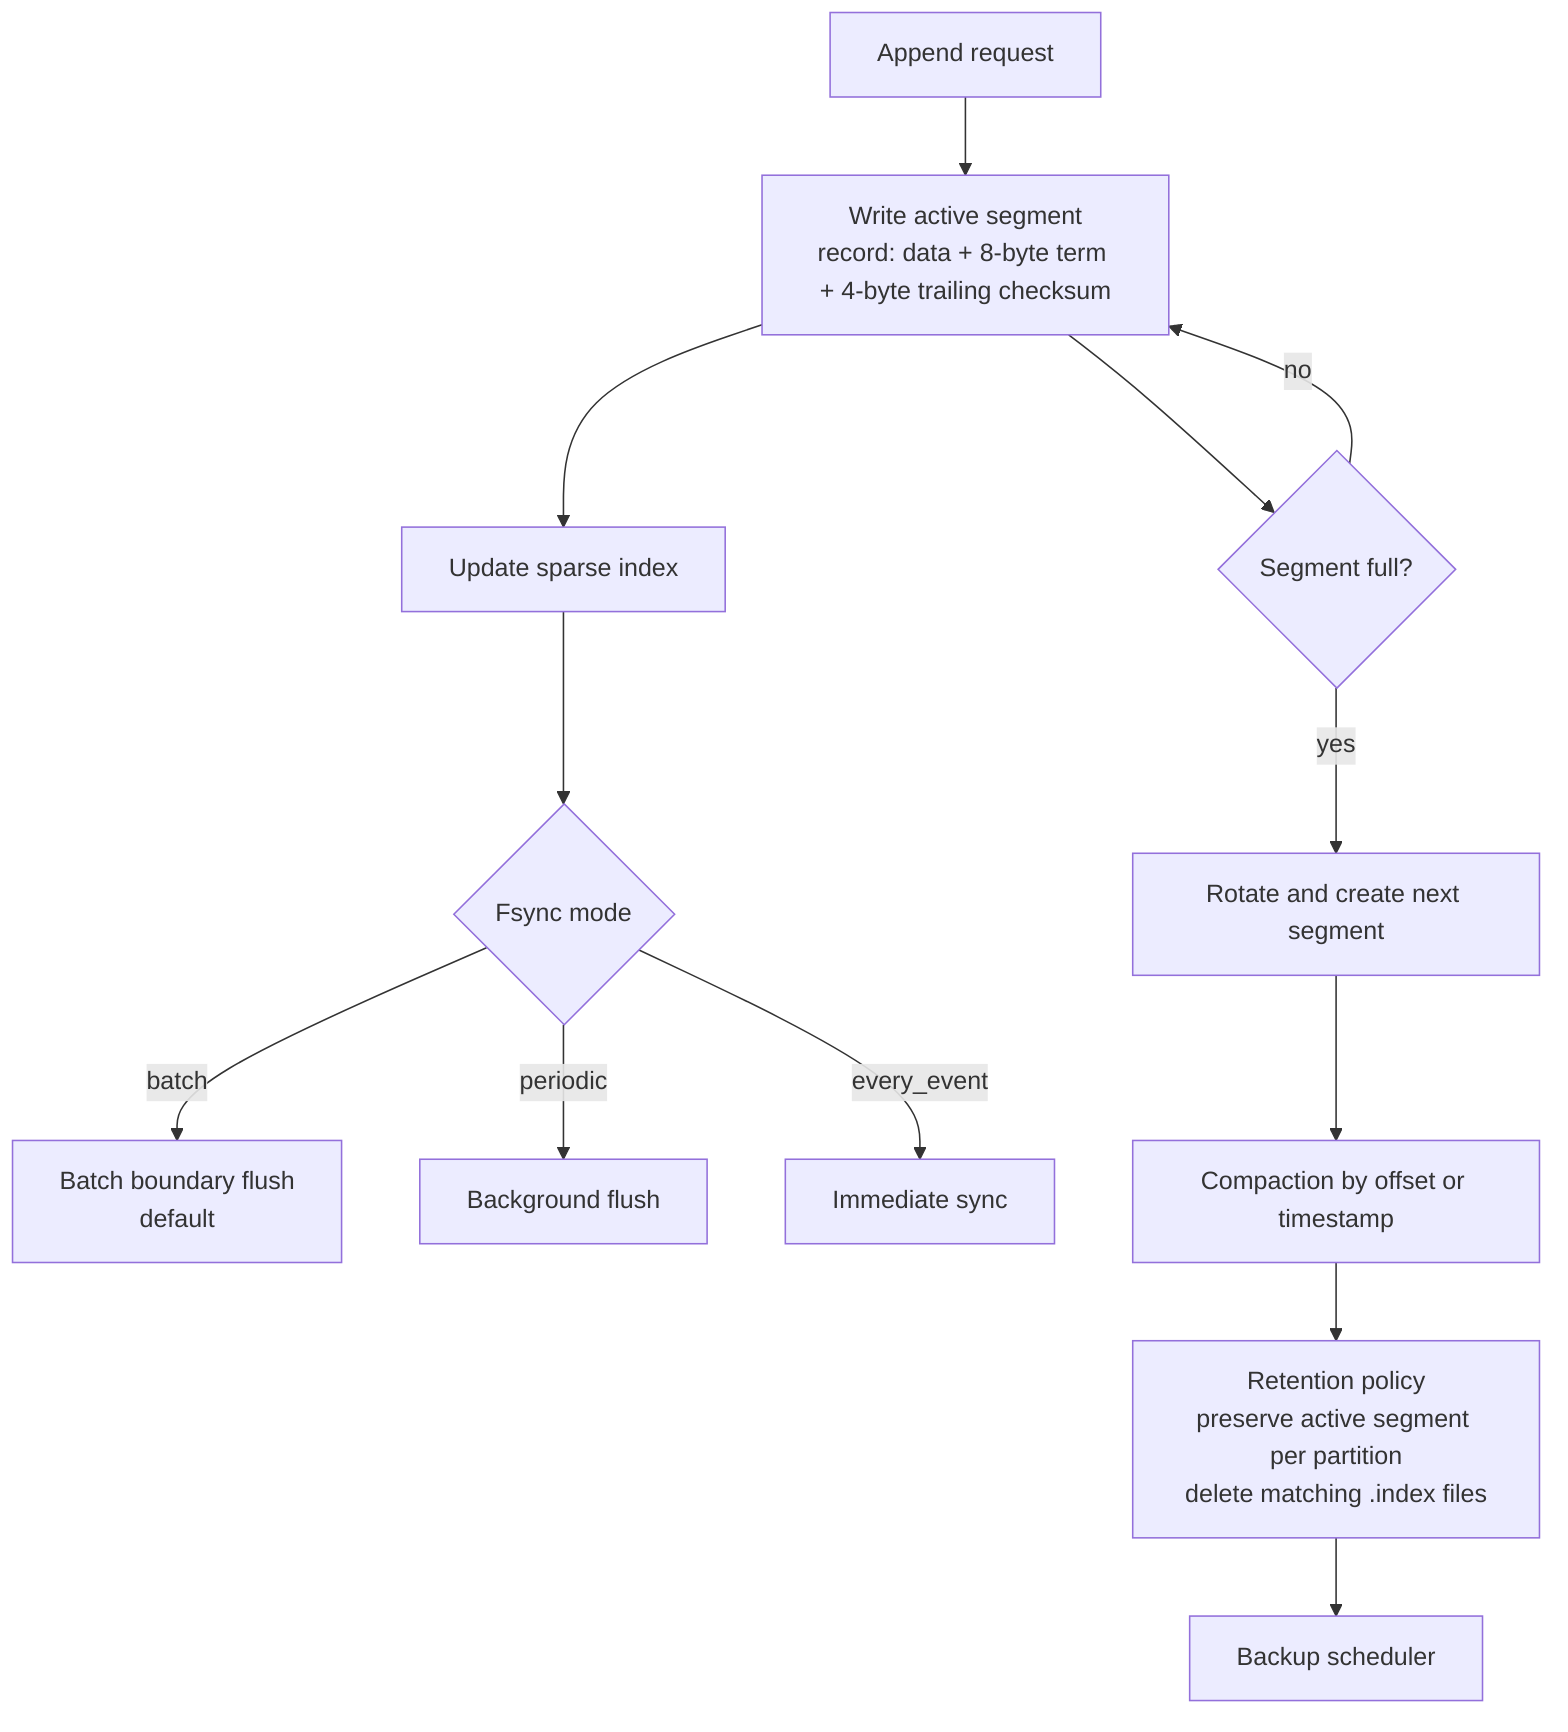
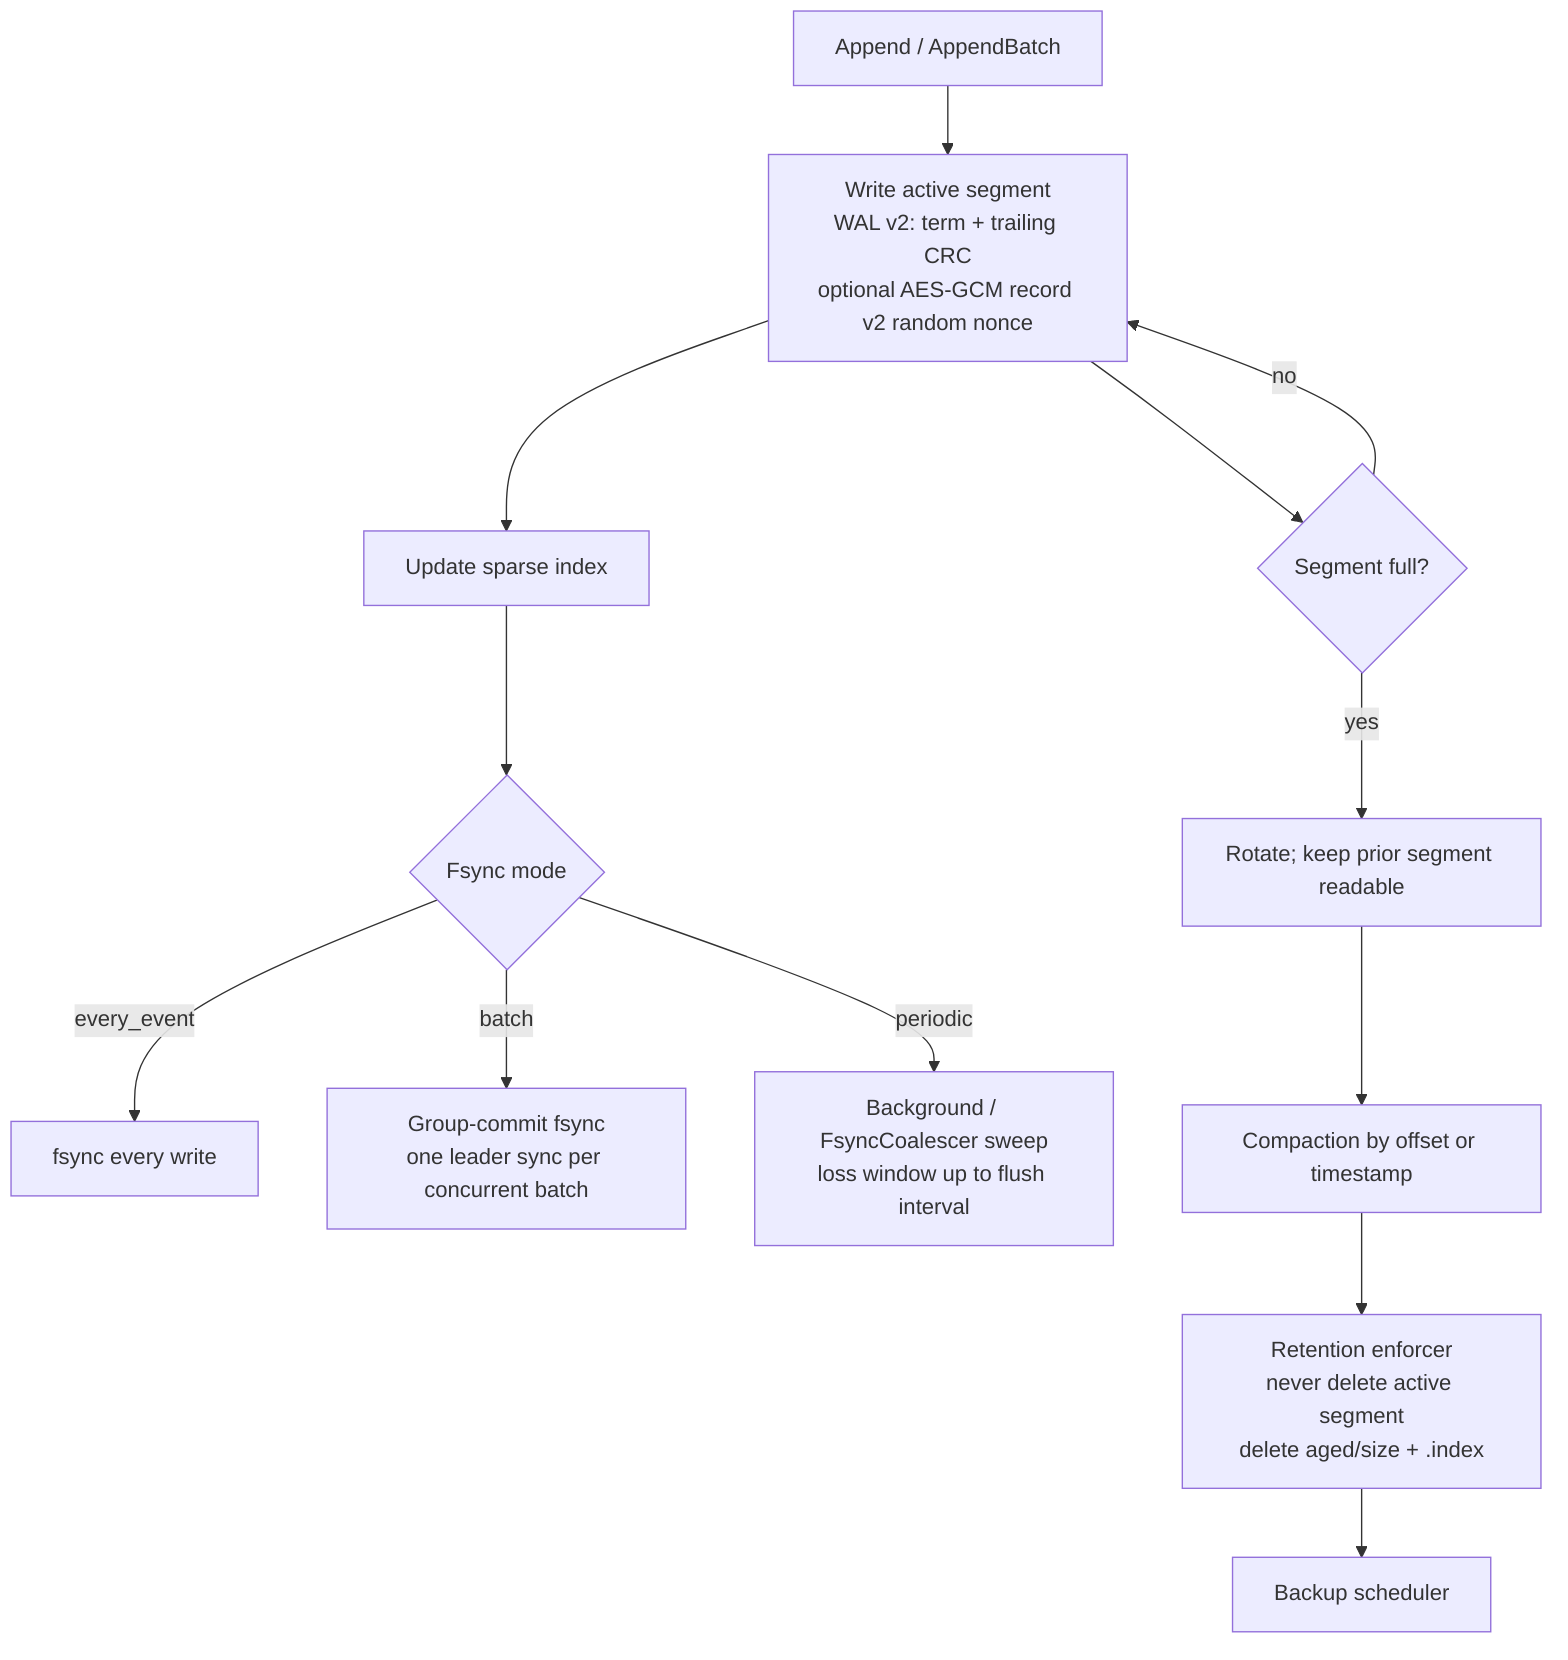
flowchart TB
-     Append[Append request] --> Active[Write active segment<br/>record: data + 8-byte term + 4-byte trailing checksum]
+     Append[Append / AppendBatch] --> Active[Write active segment<br/>WAL v2: term + trailing CRC<br/>optional AES-GCM record v2 random nonce]
    Active --> Index[Update sparse index]
    Index --> Flush{Fsync mode}
-     Flush -- batch --> BatchFlush[Batch boundary flush<br/>default]
-     Flush -- periodic --> TimerFlush[Background flush]
-     Flush -- every_event --> SyncNow[Immediate sync]
+     Flush -- every_event --> SyncNow[fsync every write]
+     Flush -- batch --> GroupCommit[Group-commit fsync<br/>one leader sync per concurrent batch]
+     Flush -- periodic --> Coalesce[Background / FsyncCoalescer sweep<br/>loss window up to flush interval]
    Active --> Rotate{Segment full?}
-     Rotate -- yes --> NewSegment[Rotate and create next segment]
+     Rotate -- yes --> NewSegment[Rotate; keep prior segment readable]
    Rotate -- no --> Active
    NewSegment --> Compaction[Compaction by offset or timestamp]
-     Compaction --> Retention[Retention policy<br/>preserve active segment per partition<br/>delete matching .index files]
-     Retention --> Backup[Backup scheduler]+     Compaction --> Retention[Retention enforcer<br/>never delete active segment<br/>delete aged/size + .index]
+     Retention --> Backup[Backup scheduler]
